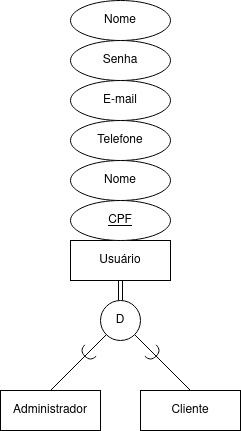
The draw.io diagram img/documentacao/diagrama_usuario.png in brunamagrinidacruz/doce-chamego-store, before a commit. Source tidied: cells renumbered, new cells last; positions are measured from the earlier drawing's top-left corner, leaving out a move shared by most shapes.
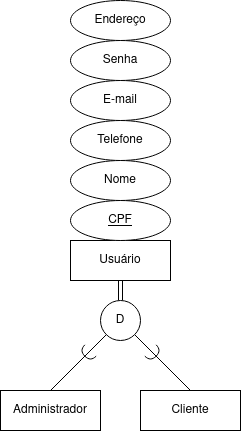
Later version of the same file.

Commit message:
Atualizaçao do diagrama de usuario

What changed in the source:
```diff
@@ -20,7 +20,7 @@
     <mxCell id="7" value="Senha" style="ellipse;whiteSpace=wrap;html=1;align=center;" parent="1" vertex="1">
       <mxGeometry x="70" y="40" width="100" height="40" as="geometry" />
     </mxCell>
-    <mxCell id="8" value="Nome" style="ellipse;whiteSpace=wrap;html=1;align=center;" parent="1" vertex="1">
+    <mxCell id="8" value="Endereço" style="ellipse;whiteSpace=wrap;html=1;align=center;" parent="1" vertex="1">
       <mxGeometry x="70" width="100" height="40" as="geometry" />
     </mxCell>
     <mxCell id="9" style="shape=link;html=1;rounded=0;exitX=0.5;exitY=1;exitDx=0;exitDy=0;entryX=0.5;entryY=0;entryDx=0;entryDy=0;" parent="1" edge="1" source="2" target="11">
```
